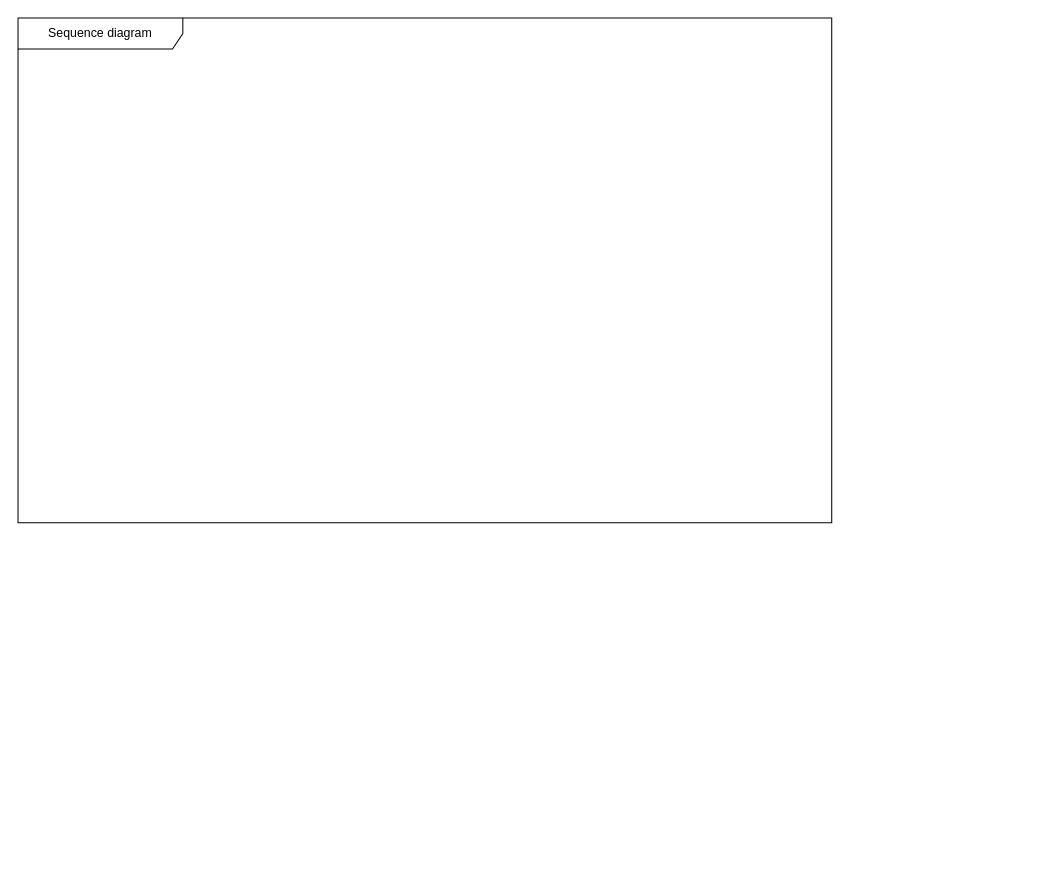
Earlier version of the draw.io diagram page "페이지-3" (3 of 3) of 소웨공 기말.drawio (hyun10144/Lecture3-1). Source tidied: cells renumbered, new cells numbered last; positions are measured from the earlier drawing's top-left corner, leaving out a move shared by most shapes. Both pictures are drawn from the tidied source at 103%, with x=0, y=0 at pixel (18, 18).
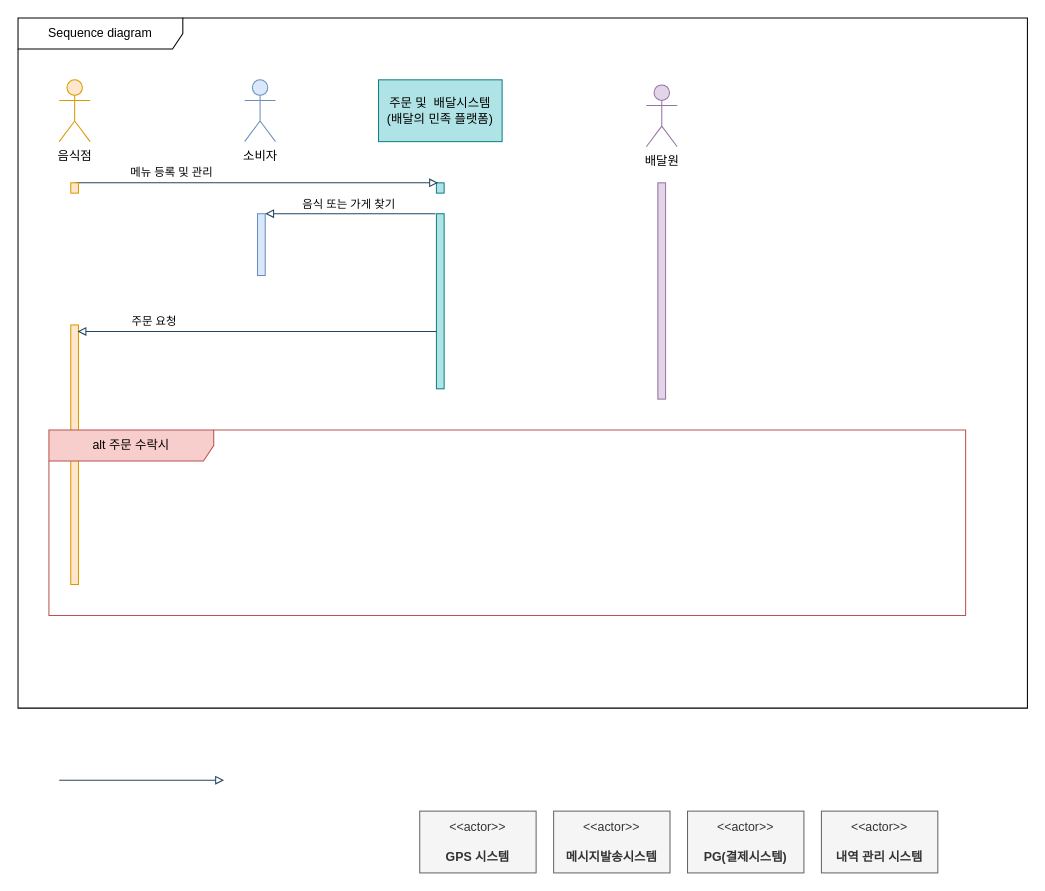
The same diagram, later.

Commit message:
소웨공 기말.drawio 업데이트

What changed in the source:
```diff
@@
     <mxCell id="2" value="Sequence diagram" style="shape=umlFrame;whiteSpace=wrap;html=1;width=160;" parent="1" vertex="1">
-      <mxGeometry width="790" height="490" as="geometry" />
+      <mxGeometry width="980" height="670" as="geometry" />
     </mxCell>
+    <mxCell id="3" value="소비자" style="shape=umlActor;verticalLabelPosition=bottom;verticalAlign=top;html=1;fillColor=#dae8fc;strokeColor=#6c8ebf;" parent="2" vertex="1">
+      <mxGeometry x="220" y="60" width="30" height="60" as="geometry" />
+    </mxCell>
+    <mxCell id="4" value="음식점" style="shape=umlActor;verticalLabelPosition=bottom;verticalAlign=top;html=1;fillColor=#ffe6cc;strokeColor=#d79b00;" parent="2" vertex="1">
+      <mxGeometry x="40" y="60" width="30" height="60" as="geometry" />
+    </mxCell>
+    <mxCell id="5" value="배달원" style="shape=umlActor;verticalLabelPosition=bottom;verticalAlign=top;html=1;fillColor=#e1d5e7;strokeColor=#9673a6;" parent="2" vertex="1">
+      <mxGeometry x="610" y="65" width="30" height="60" as="geometry" />
+    </mxCell>
+    <mxCell id="6" value="주문 및&amp;nbsp; 배달시스템&lt;div&gt;(배달의 민족 플랫폼)&lt;/div&gt;" style="rounded=0;whiteSpace=wrap;html=1;fillColor=#b0e3e6;strokeColor=#0e8088;" parent="2" vertex="1">
+      <mxGeometry x="350" y="60" width="120" height="60" as="geometry" />
+    </mxCell>
+    <mxCell id="7" style="html=1;perimeter=orthogonalPerimeter;fillColor=#dae8fc;strokeColor=#6c8ebf;" parent="2" vertex="1">
+      <mxGeometry x="232.5" y="190" width="7.5" height="60" as="geometry" />
+    </mxCell>
+    <mxCell id="8" style="html=1;points=[];perimeter=orthogonalPerimeter;fillColor=#b0e3e6;strokeColor=#0e8088;" parent="2" vertex="1">
+      <mxGeometry x="406.2" y="160" width="7.5" height="10" as="geometry" />
+    </mxCell>
+    <mxCell id="9" style="html=1;perimeter=orthogonalPerimeter;fillColor=#e1d5e7;strokeColor=#9673a6;" parent="2" vertex="1">
+      <mxGeometry x="621.2" y="160" width="7.5" height="210" as="geometry" />
+    </mxCell>
+    <mxCell id="10" style="endArrow=block;html=1;rounded=0;fillColor=#bac8d3;strokeColor=#23445d;endFill=0;entryX=0.208;entryY=-0.005;entryDx=0;entryDy=0;entryPerimeter=0;" parent="2" edge="1" target="8">
+      <mxGeometry relative="1" as="geometry">
+        <mxPoint x="55" y="160" as="sourcePoint" />
+      </mxGeometry>
+    </mxCell>
+    <mxCell id="11" value="메뉴 등록 및 관리" style="edgeLabel;html=1;align=center;verticalAlign=middle;" parent="10" vertex="1">
+      <mxGeometry x="-0.41" y="1" relative="1" as="geometry">
+        <mxPoint x="-10" y="-9" as="offset" />
+      </mxGeometry>
+    </mxCell>
+    <mxCell id="12" style="html=1;perimeter=orthogonalPerimeter;fillColor=#ffe6cc;strokeColor=#d79b00;" parent="2" vertex="1">
+      <mxGeometry x="51.2" y="160" width="7.5" height="10" as="geometry" />
+    </mxCell>
+    <mxCell id="13" style="html=1;points=[];perimeter=orthogonalPerimeter;fillColor=#b0e3e6;strokeColor=#0e8088;" parent="2" vertex="1">
+      <mxGeometry x="406.2" y="190" width="7.5" height="170" as="geometry" />
+    </mxCell>
+    <mxCell id="14" style="endArrow=none;html=1;rounded=0;fillColor=#bac8d3;strokeColor=#23445d;endFill=0;entryX=0.208;entryY=-0.005;entryDx=0;entryDy=0;entryPerimeter=0;startArrow=block;startFill=0;" parent="2" edge="1">
+      <mxGeometry relative="1" as="geometry">
+        <mxPoint x="240" y="190" as="sourcePoint" />
+        <mxPoint x="405.2" y="190" as="targetPoint" />
+      </mxGeometry>
+    </mxCell>
+    <mxCell id="15" value="음식 또는 가게 찾기" style="edgeLabel;html=1;align=center;verticalAlign=middle;" parent="14" vertex="1">
+      <mxGeometry x="-0.41" y="1" relative="1" as="geometry">
+        <mxPoint x="31" y="-9" as="offset" />
+      </mxGeometry>
+    </mxCell>
+    <mxCell id="16" style="html=1;points=[];perimeter=orthogonalPerimeter;fillColor=#ffe6cc;strokeColor=#d79b00;" parent="2" vertex="1">
+      <mxGeometry x="51.2" y="298" width="7.5" height="252" as="geometry" />
+    </mxCell>
+    <mxCell id="17" style="endArrow=block;html=1;rounded=0;fillColor=#bac8d3;strokeColor=#23445d;endFill=0;entryX=0.875;entryY=0.025;entryDx=0;entryDy=0;entryPerimeter=0;" parent="2" edge="1" source="13" target="16">
+      <mxGeometry relative="1" as="geometry" />
+    </mxCell>
+    <mxCell id="18" value="주문 요청" style="edgeLabel;html=1;align=center;verticalAlign=middle;" parent="17" vertex="1">
+      <mxGeometry x="-0.41" y="1" relative="1" as="geometry">
+        <mxPoint x="-172" y="-11" as="offset" />
+      </mxGeometry>
+    </mxCell>
+    <mxCell id="19" value="alt 주문 수락시" style="shape=umlFrame;whiteSpace=wrap;html=1;width=160;fillColor=#f8cecc;strokeColor=#b85450;" parent="2" vertex="1">
+      <mxGeometry x="30" y="400" width="890" height="180" as="geometry" />
+    </mxCell>
+    <mxCell id="20" style="endArrow=block;html=1;rounded=0;fillColor=#bac8d3;strokeColor=#23445d;endFill=0;" parent="1" edge="1">
+      <mxGeometry relative="1" as="geometry">
+        <mxPoint x="40" y="740" as="sourcePoint" />
+        <mxPoint x="200" y="740" as="targetPoint" />
+      </mxGeometry>
+    </mxCell>
+    <mxCell id="21" value="&amp;lt;&amp;lt;actor&amp;gt;&amp;gt;&lt;br&gt;&lt;br&gt;&lt;b&gt;PG(결제시스템)&lt;/b&gt;" style="html=1;align=center;verticalAlign=middle;dashed=0;whiteSpace=wrap;fillColor=#f5f5f5;fontColor=#333333;strokeColor=#666666;" parent="1" vertex="1">
+      <mxGeometry x="650" y="770" width="113" height="60" as="geometry" />
+    </mxCell>
+    <mxCell id="22" value="&amp;lt;&amp;lt;actor&amp;gt;&amp;gt;&lt;br&gt;&lt;br&gt;&lt;b&gt;메시지발송시스템&lt;/b&gt;" style="html=1;align=center;verticalAlign=middle;dashed=0;whiteSpace=wrap;fillColor=#f5f5f5;fontColor=#333333;strokeColor=#666666;" parent="1" vertex="1">
+      <mxGeometry x="520" y="770" width="113" height="60" as="geometry" />
+    </mxCell>
+    <mxCell id="23" value="&amp;lt;&amp;lt;actor&amp;gt;&amp;gt;&lt;br&gt;&lt;br&gt;&lt;b&gt;내역 관리 시스템&lt;/b&gt;" style="html=1;align=center;verticalAlign=middle;dashed=0;whiteSpace=wrap;fillColor=#f5f5f5;fontColor=#333333;strokeColor=#666666;" parent="1" vertex="1">
+      <mxGeometry x="780" y="770" width="113" height="60" as="geometry" />
+    </mxCell>
+    <mxCell id="24" value="&amp;lt;&amp;lt;actor&amp;gt;&amp;gt;&lt;br&gt;&lt;br&gt;&lt;b&gt;GPS 시스템&lt;/b&gt;" style="html=1;align=center;verticalAlign=middle;dashed=0;whiteSpace=wrap;fillColor=#f5f5f5;fontColor=#333333;strokeColor=#666666;" parent="1" vertex="1">
+      <mxGeometry x="390" y="770" width="113" height="60" as="geometry" />
+    </mxCell>
```
